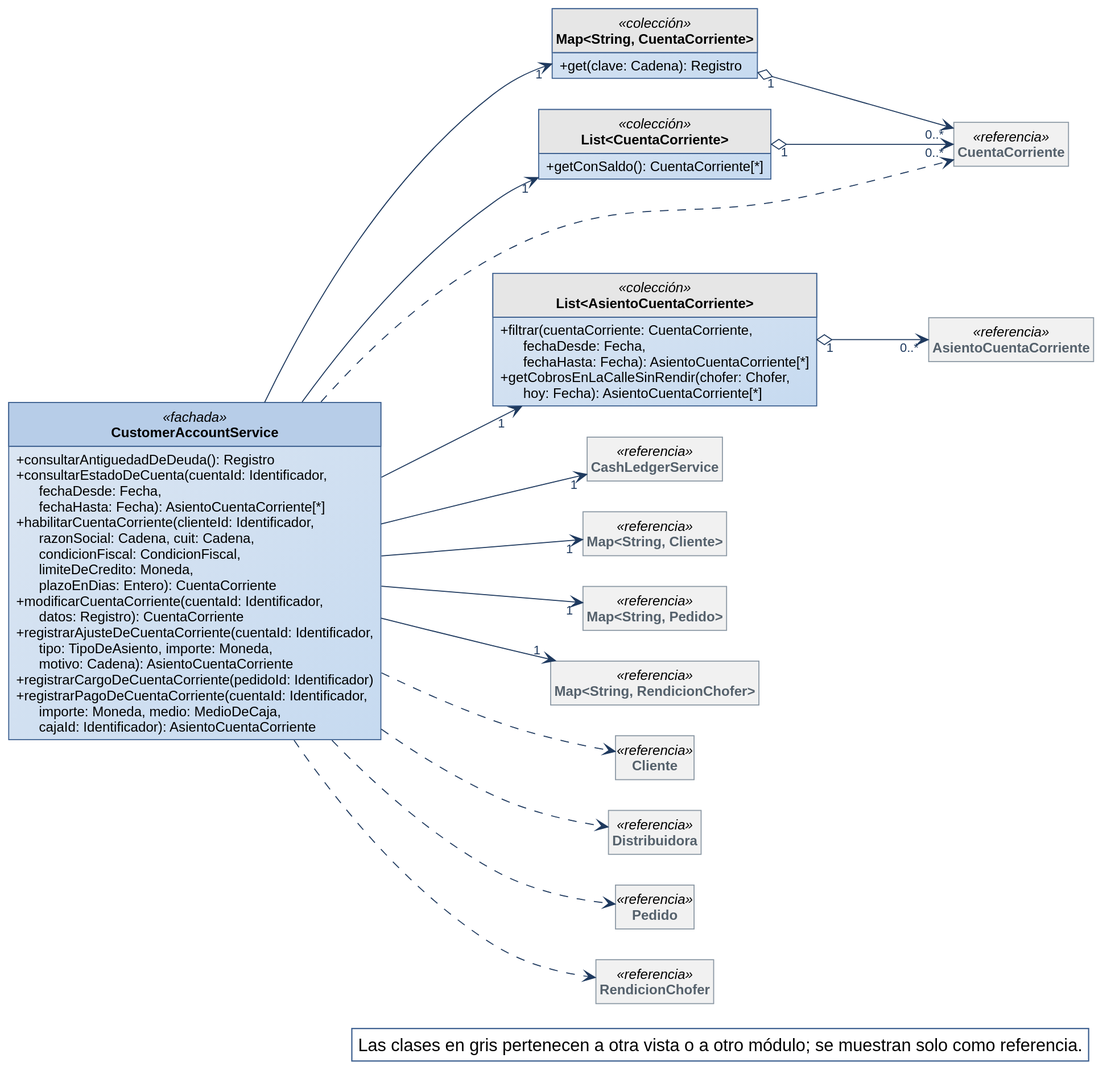
Earlier version of the PlantUML export diagramas/clases-diseno/DC_Mod_Cuentas-corrientes.svg (Nahuelito-Dev/splg-docs).
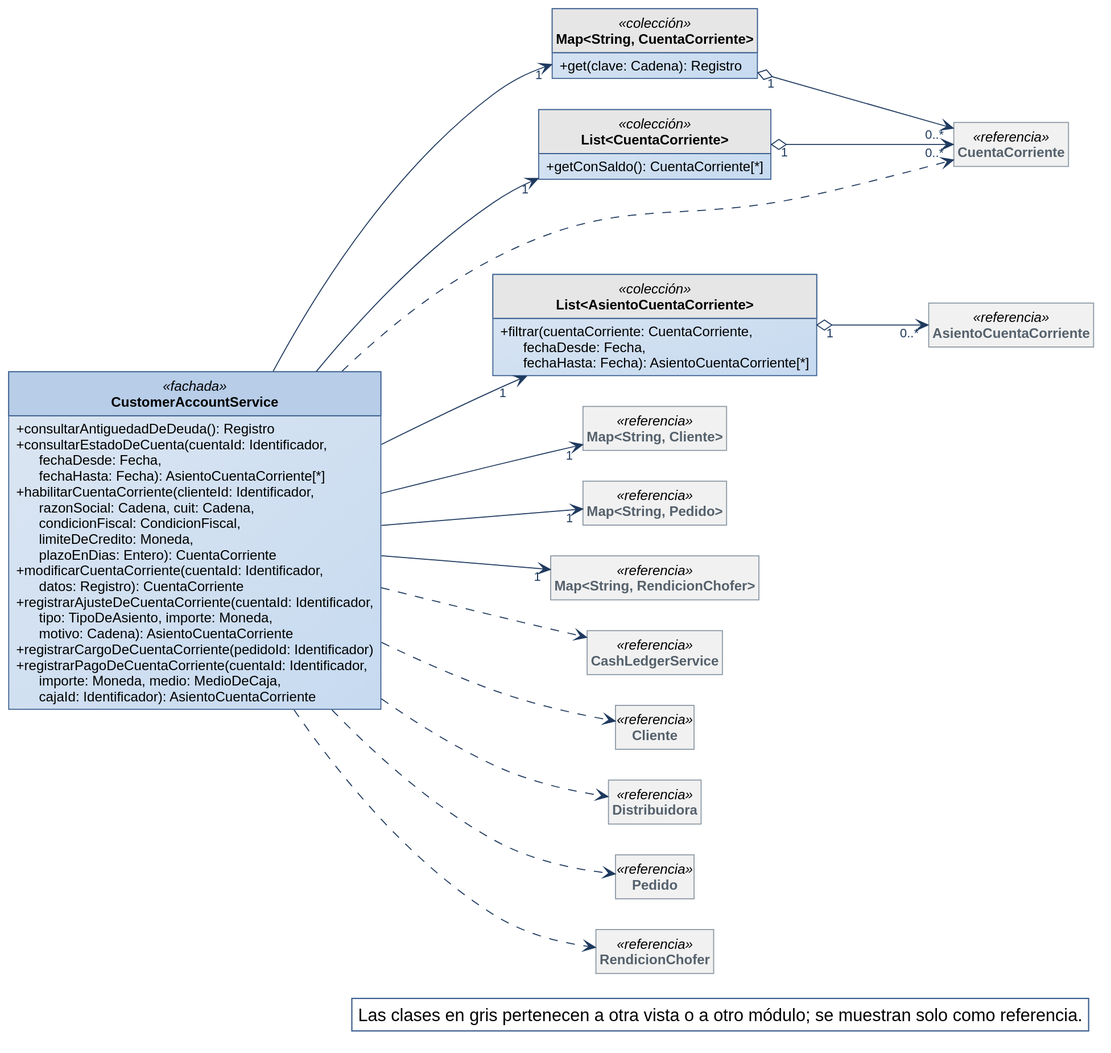
The same diagram one commit later.

Diff of the diagram source:
```diff
@@ -47,29 +47,28 @@
 }
 class "List<AsientoCuentaCorriente>" as List_AsientoCuentaCorriente <<colección>> {
   + filtrar(cuentaCorriente: CuentaCorriente,\n      fechaDesde: Fecha,\n      fechaHasta: Fecha): AsientoCuentaCorriente[*]
-  + getCobrosEnLaCalleSinRendir(chofer: Chofer,\n      hoy: Fecha): AsientoCuentaCorriente[*]
 }
+class CuentaCorriente <<referencia>>
 class AsientoCuentaCorriente <<referencia>>
-class CuentaCorriente <<referencia>>
-class CashLedgerService <<referencia>>
 class "Map<String, Cliente>" as Map_String_Cliente <<referencia>>
 class "Map<String, Pedido>" as Map_String_Pedido <<referencia>>
 class "Map<String, RendicionChofer>" as Map_String_RendicionChofer <<referencia>>
+class CashLedgerService <<referencia>>
 class Cliente <<referencia>>
 class Distribuidora <<referencia>>
 class Pedido <<referencia>>
 class RendicionChofer <<referencia>>
 
+Map_String_CuentaCorriente "1" o--> "0..*" CuentaCorriente
 List_AsientoCuentaCorriente "1" o--> "0..*" AsientoCuentaCorriente
-Map_String_CuentaCorriente "1" o--> "0..*" CuentaCorriente
 List_CuentaCorriente "1" o--> "0..*" CuentaCorriente
-CustomerAccountService --> "1" CashLedgerService
 CustomerAccountService --> "1" List_AsientoCuentaCorriente
 CustomerAccountService --> "1" List_CuentaCorriente
 CustomerAccountService --> "1" Map_String_Cliente
 CustomerAccountService --> "1" Map_String_CuentaCorriente
 CustomerAccountService --> "1" Map_String_Pedido
 CustomerAccountService --> "1" Map_String_RendicionChofer
+CustomerAccountService ..> CashLedgerService
 CustomerAccountService ..> Cliente
 CustomerAccountService ..> CuentaCorriente
 CustomerAccountService ..> Distribuidora
```
